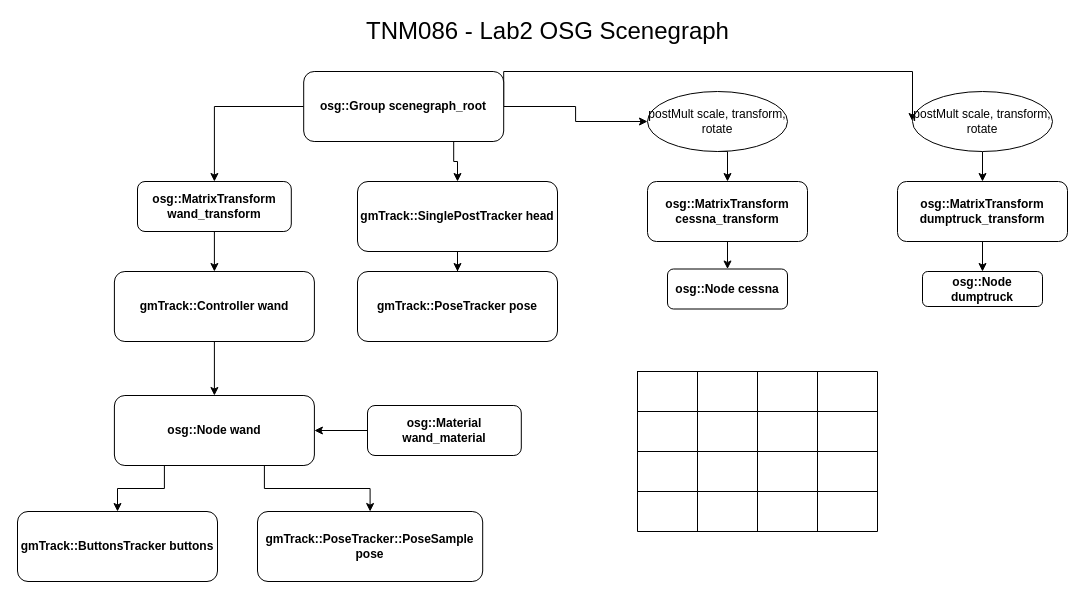
This is lab2/lab2scenegraph.drawio from nissebergman/TNM086, a draw.io file, before an edit. Source tidied: cells renumbered, new cells numbered last; positions are measured from the earlier drawing's top-left corner, leaving out a move shared by most shapes. Both pictures are drawn from the tidied source at 100%, with x=0, y=0 at pixel (17, 21).
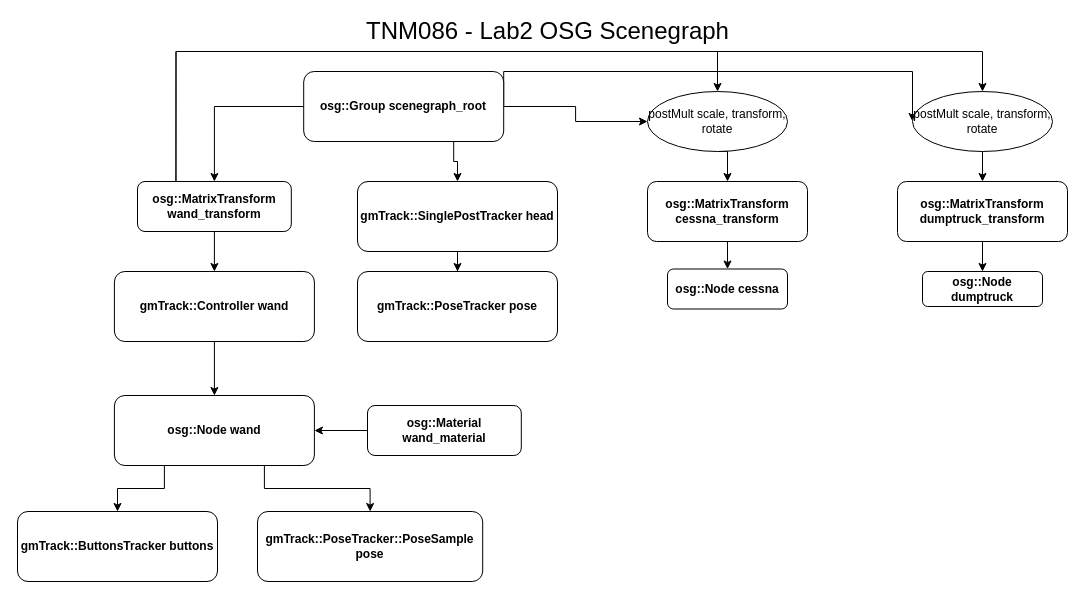
After the change.

Commit message:
Uppdaterade scengraf för labb 2

The change refers to these unchanged cells:
```xml
<mxCell id="6" value="&lt;b&gt;osg::Group scenegraph_root&lt;/b&gt;" style="rounded=1;whiteSpace=wrap;html=1;" parent="1" vertex="1">
  <mxGeometry x="286.2" y="50" width="200" height="70" as="geometry" />
</mxCell>
<mxCell id="12" value="&lt;b&gt;osg::MatrixTransform wand_transform&lt;/b&gt;" style="rounded=1;whiteSpace=wrap;html=1;" parent="1" vertex="1">
  <mxGeometry x="120" y="160" width="153.8" height="50" as="geometry" />
</mxCell>
<mxCell id="18" value="&lt;b&gt;gmTrack::SinglePostTracker head&lt;/b&gt;" style="rounded=1;whiteSpace=wrap;html=1;" parent="1" vertex="1">
  <mxGeometry x="340" y="160" width="200" height="70" as="geometry" />
</mxCell>
<mxCell id="29" value="postMult scale, transform, rotate" style="ellipse;whiteSpace=wrap;html=1;" parent="1" vertex="1">
  <mxGeometry x="630" y="70" width="140" height="60" as="geometry" />
</mxCell>
<mxCell id="31" value="postMult scale, transform, rotate" style="ellipse;whiteSpace=wrap;html=1;" parent="1" vertex="1">
  <mxGeometry x="895" y="70" width="140" height="60" as="geometry" />
</mxCell>
```

Change to the diagram source:
```diff
@@
     <mxCell id="3" style="edgeStyle=orthogonalEdgeStyle;rounded=0;jettySize=auto;html=1;exitX=0.75;exitY=1;exitDx=0;exitDy=0;" parent="1" edge="1" source="6" target="18">
-      <mxGeometry relative="1" as="geometry" />
+      <mxGeometry relative="1" as="geometry">
+        <Array as="points">
+          <mxPoint x="436" y="140" />
+          <mxPoint x="440" y="140" />
+        </Array>
+      </mxGeometry>
     </mxCell>
@@
+    <mxCell id="53" style="edgeStyle=orthogonalEdgeStyle;rounded=0;jettySize=auto;html=1;exitX=0.25;exitY=0;exitDx=0;exitDy=0;entryX=0.5;entryY=0;entryDx=0;entryDy=0;" parent="1" edge="1" source="12" target="29">
+      <mxGeometry relative="1" as="geometry">
+        <Array as="points">
+          <mxPoint x="158" y="30" />
+          <mxPoint x="700" y="30" />
+        </Array>
+      </mxGeometry>
+    </mxCell>
+    <mxCell id="54" style="edgeStyle=orthogonalEdgeStyle;rounded=0;jettySize=auto;html=1;exitX=0.25;exitY=0;exitDx=0;exitDy=0;entryX=0.5;entryY=0;entryDx=0;entryDy=0;" parent="1" edge="1" source="12" target="31">
+      <mxGeometry relative="1" as="geometry">
+        <Array as="points">
+          <mxPoint x="158" y="30" />
+          <mxPoint x="965" y="30" />
+        </Array>
+      </mxGeometry>
+    </mxCell>
@@
-    <mxCell id="32" style="shape=table;html=1;whiteSpace=wrap;startSize=0;childLayout=tableLayout;" parent="1" vertex="1">
-      <mxGeometry x="620" y="350" width="240" height="160" as="geometry" />
-    </mxCell>
-    <mxCell id="33" style="shape=partialRectangle;html=1;whiteSpace=wrap;fillColor=none;top=0;left=0;bottom=0;right=0;" parent="32" vertex="1">
-      <mxGeometry width="240" height="40" as="geometry" />
-    </mxCell>
-    <mxCell id="34" style="shape=partialRectangle;html=1;whiteSpace=wrap;overflow=hidden;fillColor=none;top=0;left=0;bottom=0;right=0;" parent="33" vertex="1">
-      <mxGeometry width="60" height="40" as="geometry" />
-    </mxCell>
-    <mxCell id="35" style="shape=partialRectangle;html=1;whiteSpace=wrap;overflow=hidden;fillColor=none;top=0;left=0;bottom=0;right=0;" parent="33" vertex="1">
-      <mxGeometry x="60" width="60" height="40" as="geometry" />
-    </mxCell>
-    <mxCell id="36" style="shape=partialRectangle;html=1;whiteSpace=wrap;overflow=hidden;fillColor=none;top=0;left=0;bottom=0;right=0;" parent="33" vertex="1">
-      <mxGeometry x="120" width="60" height="40" as="geometry" />
-    </mxCell>
-    <mxCell id="37" style="shape=partialRectangle;html=1;whiteSpace=wrap;overflow=hidden;fillColor=none;top=0;left=0;bottom=0;right=0;" parent="33" vertex="1">
-      <mxGeometry x="180" width="60" height="40" as="geometry" />
-    </mxCell>
-    <mxCell id="38" style="shape=partialRectangle;html=1;whiteSpace=wrap;fillColor=none;top=0;left=0;bottom=0;right=0;" parent="32" vertex="1">
-      <mxGeometry y="40" width="240" height="40" as="geometry" />
-    </mxCell>
-    <mxCell id="39" style="shape=partialRectangle;html=1;whiteSpace=wrap;overflow=hidden;fillColor=none;top=0;left=0;bottom=0;right=0;" parent="38" vertex="1">
-      <mxGeometry width="60" height="40" as="geometry" />
-    </mxCell>
-    <mxCell id="40" style="shape=partialRectangle;html=1;whiteSpace=wrap;overflow=hidden;fillColor=none;top=0;left=0;bottom=0;right=0;" parent="38" vertex="1">
-      <mxGeometry x="60" width="60" height="40" as="geometry" />
-    </mxCell>
-    <mxCell id="41" style="shape=partialRectangle;html=1;whiteSpace=wrap;overflow=hidden;fillColor=none;top=0;left=0;bottom=0;right=0;" parent="38" vertex="1">
-      <mxGeometry x="120" width="60" height="40" as="geometry" />
-    </mxCell>
-    <mxCell id="42" style="shape=partialRectangle;html=1;whiteSpace=wrap;overflow=hidden;fillColor=none;top=0;left=0;bottom=0;right=0;" parent="38" vertex="1">
-      <mxGeometry x="180" width="60" height="40" as="geometry" />
-    </mxCell>
-    <mxCell id="43" style="shape=partialRectangle;html=1;whiteSpace=wrap;fillColor=none;top=0;left=0;bottom=0;right=0;" parent="32" vertex="1">
-      <mxGeometry y="80" width="240" height="40" as="geometry" />
-    </mxCell>
-    <mxCell id="44" style="shape=partialRectangle;html=1;whiteSpace=wrap;overflow=hidden;fillColor=none;top=0;left=0;bottom=0;right=0;" parent="43" vertex="1">
-      <mxGeometry width="60" height="40" as="geometry" />
-    </mxCell>
-    <mxCell id="45" style="shape=partialRectangle;html=1;whiteSpace=wrap;overflow=hidden;fillColor=none;top=0;left=0;bottom=0;right=0;" parent="43" vertex="1">
-      <mxGeometry x="60" width="60" height="40" as="geometry" />
-    </mxCell>
-    <mxCell id="46" style="shape=partialRectangle;html=1;whiteSpace=wrap;overflow=hidden;fillColor=none;top=0;left=0;bottom=0;right=0;" parent="43" vertex="1">
-      <mxGeometry x="120" width="60" height="40" as="geometry" />
-    </mxCell>
-    <mxCell id="47" style="shape=partialRectangle;html=1;whiteSpace=wrap;overflow=hidden;fillColor=none;top=0;left=0;bottom=0;right=0;" parent="43" vertex="1">
-      <mxGeometry x="180" width="60" height="40" as="geometry" />
-    </mxCell>
-    <mxCell id="48" style="shape=partialRectangle;html=1;whiteSpace=wrap;fillColor=none;top=0;left=0;bottom=0;right=0;" parent="32" vertex="1">
-      <mxGeometry y="120" width="240" height="40" as="geometry" />
-    </mxCell>
-    <mxCell id="49" style="shape=partialRectangle;html=1;whiteSpace=wrap;overflow=hidden;fillColor=none;top=0;left=0;bottom=0;right=0;" parent="48" vertex="1">
-      <mxGeometry width="60" height="40" as="geometry" />
-    </mxCell>
-    <mxCell id="50" style="shape=partialRectangle;html=1;whiteSpace=wrap;overflow=hidden;fillColor=none;top=0;left=0;bottom=0;right=0;" parent="48" vertex="1">
-      <mxGeometry x="60" width="60" height="40" as="geometry" />
-    </mxCell>
-    <mxCell id="51" style="shape=partialRectangle;html=1;whiteSpace=wrap;overflow=hidden;fillColor=none;top=0;left=0;bottom=0;right=0;" parent="48" vertex="1">
-      <mxGeometry x="120" width="60" height="40" as="geometry" />
-    </mxCell>
-    <mxCell id="52" style="shape=partialRectangle;html=1;whiteSpace=wrap;overflow=hidden;fillColor=none;top=0;left=0;bottom=0;right=0;" parent="48" vertex="1">
-      <mxGeometry x="180" width="60" height="40" as="geometry" />
-    </mxCell>
```
